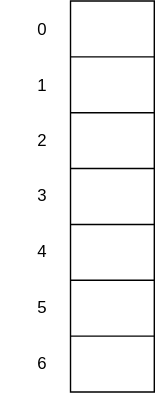
Before: hashing/documention/chaining.drawio.svg, a diagram exported from draw.io (ratanlalmourya/geeksforgeeks). Source tidied: cells renumbered, new cells last; positions are measured from the earlier drawing's top-left corner, leaving out a move shared by most shapes.
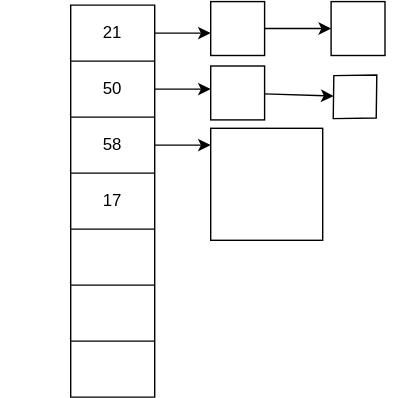
Above is the later version.

Diff of the diagram source:
```diff
@@ -8,25 +8,25 @@
     <mxCell id="3" style="shape=tableRow;horizontal=0;startSize=0;swimlaneHead=0;swimlaneBody=0;top=0;left=0;bottom=0;right=0;fillColor=none;points=[[0,0.5],[1,0.5]];portConstraint=eastwest;" parent="2" vertex="1">
       <mxGeometry width="60" height="40" as="geometry" />
     </mxCell>
-    <mxCell id="4" style="shape=partialRectangle;html=1;whiteSpace=wrap;fillColor=none;top=0;left=0;bottom=0;right=0;overflow=hidden;" parent="3" vertex="1">
+    <mxCell id="4" value="21" style="shape=partialRectangle;html=1;whiteSpace=wrap;fillColor=none;top=0;left=0;bottom=0;right=0;overflow=hidden;" parent="3" vertex="1">
       <mxGeometry width="60" height="40" as="geometry" />
     </mxCell>
     <mxCell id="5" style="shape=tableRow;horizontal=0;startSize=0;swimlaneHead=0;swimlaneBody=0;top=0;left=0;bottom=0;right=0;fillColor=none;points=[[0,0.5],[1,0.5]];portConstraint=eastwest;" parent="2" vertex="1">
       <mxGeometry y="40" width="60" height="40" as="geometry" />
     </mxCell>
-    <mxCell id="6" style="shape=partialRectangle;html=1;whiteSpace=wrap;fillColor=none;top=0;left=0;bottom=0;right=0;overflow=hidden;" parent="5" vertex="1">
+    <mxCell id="6" value="50" style="shape=partialRectangle;html=1;whiteSpace=wrap;fillColor=none;top=0;left=0;bottom=0;right=0;overflow=hidden;" parent="5" vertex="1">
       <mxGeometry width="60" height="40" as="geometry" />
     </mxCell>
     <mxCell id="7" style="shape=tableRow;horizontal=0;startSize=0;swimlaneHead=0;swimlaneBody=0;top=0;left=0;bottom=0;right=0;fillColor=none;points=[[0,0.5],[1,0.5]];portConstraint=eastwest;" parent="2" vertex="1">
       <mxGeometry y="80" width="60" height="40" as="geometry" />
     </mxCell>
-    <mxCell id="8" style="shape=partialRectangle;html=1;whiteSpace=wrap;fillColor=none;top=0;left=0;bottom=0;right=0;overflow=hidden;" parent="7" vertex="1">
+    <mxCell id="8" value="58" style="shape=partialRectangle;html=1;whiteSpace=wrap;fillColor=none;top=0;left=0;bottom=0;right=0;overflow=hidden;" parent="7" vertex="1">
       <mxGeometry width="60" height="40" as="geometry" />
     </mxCell>
     <mxCell id="9" style="shape=tableRow;horizontal=0;startSize=0;swimlaneHead=0;swimlaneBody=0;top=0;left=0;bottom=0;right=0;fillColor=none;" parent="2" vertex="1">
       <mxGeometry y="120" width="60" height="40" as="geometry" />
     </mxCell>
-    <mxCell id="10" style="shape=partialRectangle;html=1;whiteSpace=wrap;fillColor=none;top=0;left=0;bottom=0;right=0;overflow=hidden;" parent="9" vertex="1">
+    <mxCell id="10" value="17" style="shape=partialRectangle;html=1;whiteSpace=wrap;fillColor=none;top=0;left=0;bottom=0;right=0;overflow=hidden;" parent="9" vertex="1">
       <mxGeometry width="60" height="40" as="geometry" />
     </mxCell>
     <mxCell id="11" style="shape=tableRow;horizontal=0;startSize=0;swimlaneHead=0;swimlaneBody=0;top=0;left=0;bottom=0;right=0;fillColor=none;" parent="2" vertex="1">
@@ -47,26 +47,62 @@
     <mxCell id="16" style="shape=partialRectangle;html=1;whiteSpace=wrap;fillColor=none;top=0;left=0;bottom=0;right=0;overflow=hidden;" parent="15" vertex="1">
       <mxGeometry width="60" height="40" as="geometry" />
     </mxCell>
-    <mxCell id="17" value="0" style="text;html=1;strokeColor=none;fillColor=none;align=center;verticalAlign=middle;whiteSpace=wrap;rounded=0;" parent="1" vertex="1">
+    <mxCell id="17" value="0" style="text;html=1;strokeColor=none;fillColor=none;align=center;verticalAlign=middle;whiteSpace=wrap;rounded=0;fontColor=#FFFFFF;" parent="1" vertex="1">
       <mxGeometry y="6" width="60" height="30" as="geometry" />
     </mxCell>
-    <mxCell id="18" value="1" style="text;html=1;strokeColor=none;fillColor=none;align=center;verticalAlign=middle;whiteSpace=wrap;rounded=0;" parent="1" vertex="1">
+    <mxCell id="18" value="1" style="text;html=1;strokeColor=none;fillColor=none;align=center;verticalAlign=middle;whiteSpace=wrap;rounded=0;fontColor=#FFFFFF;" parent="1" vertex="1">
       <mxGeometry y="46" width="60" height="30" as="geometry" />
     </mxCell>
-    <mxCell id="19" value="2" style="text;html=1;strokeColor=none;fillColor=none;align=center;verticalAlign=middle;whiteSpace=wrap;rounded=0;" parent="1" vertex="1">
+    <mxCell id="19" value="2" style="text;html=1;strokeColor=none;fillColor=none;align=center;verticalAlign=middle;whiteSpace=wrap;rounded=0;fontColor=#FFFFFF;" parent="1" vertex="1">
       <mxGeometry y="85" width="60" height="30" as="geometry" />
     </mxCell>
-    <mxCell id="20" value="3" style="text;html=1;strokeColor=none;fillColor=none;align=center;verticalAlign=middle;whiteSpace=wrap;rounded=0;" parent="1" vertex="1">
+    <mxCell id="20" value="3" style="text;html=1;strokeColor=none;fillColor=none;align=center;verticalAlign=middle;whiteSpace=wrap;rounded=0;fontColor=#FFFFFF;" parent="1" vertex="1">
       <mxGeometry y="125" width="60" height="30" as="geometry" />
     </mxCell>
-    <mxCell id="21" value="4" style="text;html=1;strokeColor=none;fillColor=none;align=center;verticalAlign=middle;whiteSpace=wrap;rounded=0;" parent="1" vertex="1">
+    <mxCell id="21" value="4" style="text;html=1;strokeColor=none;fillColor=none;align=center;verticalAlign=middle;whiteSpace=wrap;rounded=0;fontColor=#FFFFFF;" parent="1" vertex="1">
       <mxGeometry y="165" width="60" height="30" as="geometry" />
     </mxCell>
-    <mxCell id="22" value="5" style="text;html=1;strokeColor=none;fillColor=none;align=center;verticalAlign=middle;whiteSpace=wrap;rounded=0;" parent="1" vertex="1">
+    <mxCell id="22" value="5" style="text;html=1;strokeColor=none;fillColor=none;align=center;verticalAlign=middle;whiteSpace=wrap;rounded=0;fontColor=#FFFFFF;" parent="1" vertex="1">
       <mxGeometry y="205" width="60" height="30" as="geometry" />
     </mxCell>
-    <mxCell id="23" value="6" style="text;html=1;strokeColor=none;fillColor=none;align=center;verticalAlign=middle;whiteSpace=wrap;rounded=0;" parent="1" vertex="1">
+    <mxCell id="23" value="6" style="text;html=1;strokeColor=none;fillColor=none;align=center;verticalAlign=middle;whiteSpace=wrap;rounded=0;fontColor=#FFFFFF;" parent="1" vertex="1">
       <mxGeometry y="245" width="60" height="30" as="geometry" />
     </mxCell>
+    <mxCell id="24" style="edgeStyle=none;html=1;exitX=1;exitY=0.5;exitDx=0;exitDy=0;fontColor=#FFFFFF;" parent="1" edge="1" source="5">
+      <mxGeometry relative="1" as="geometry">
+        <mxPoint x="150" y="60" as="targetPoint" />
+      </mxGeometry>
+    </mxCell>
+    <mxCell id="25" style="edgeStyle=none;html=1;fontColor=#FFFFFF;" parent="1" edge="1" source="26" target="31">
+      <mxGeometry relative="1" as="geometry" />
+    </mxCell>
+    <mxCell id="26" value="15" style="whiteSpace=wrap;html=1;strokeColor=default;fontColor=#FFFFFF;fillColor=none;" parent="1" vertex="1">
+      <mxGeometry x="150" y="43.5" width="38.5" height="38.5" as="geometry" />
+    </mxCell>
+    <mxCell id="27" style="edgeStyle=none;html=1;exitX=1;exitY=0.5;exitDx=0;exitDy=0;fontColor=#FFFFFF;" parent="1" edge="1" source="3">
+      <mxGeometry relative="1" as="geometry">
+        <mxPoint x="150" y="20" as="targetPoint" />
+      </mxGeometry>
+    </mxCell>
+    <mxCell id="28" style="edgeStyle=none;html=1;fontColor=#FFFFFF;" parent="1" edge="1" source="29" target="30">
+      <mxGeometry relative="1" as="geometry" />
+    </mxCell>
+    <mxCell id="29" value="49" style="whiteSpace=wrap;html=1;strokeColor=default;fontColor=#FFFFFF;fillColor=none;" parent="1" vertex="1">
+      <mxGeometry x="150" y="-2.5" width="38.5" height="38.5" as="geometry" />
+    </mxCell>
+    <mxCell id="30" value="56" style="whiteSpace=wrap;html=1;strokeColor=default;fontColor=#FFFFFF;fillColor=none;" parent="1" vertex="1">
+      <mxGeometry x="236" y="-2.5" width="38.5" height="38.5" as="geometry" />
+    </mxCell>
+    <mxCell id="31" value="22" style="rhombus;whiteSpace=wrap;html=1;fillColor=none;fontColor=#FFFFFF;strokeColor=default;rotation=45;" parent="1" vertex="1">
+      <mxGeometry x="231.7" y="43.5" width="42.8" height="44" as="geometry" />
+    </mxCell>
+    <mxCell id="32" style="edgeStyle=none;html=1;exitX=1;exitY=0.5;exitDx=0;exitDy=0;fontColor=#FFFFFF;" parent="1" edge="1" source="7">
+      <mxGeometry relative="1" as="geometry">
+        <mxPoint x="150" y="100" as="targetPoint" />
+      </mxGeometry>
+    </mxCell>
+    <mxCell id="33" style="whiteSpace=wrap;html=1;strokeColor=default;fontColor=#FFFFFF;fillColor=none;" parent="1" vertex="1">
+      <mxGeometry x="150" y="88" width="80" height="80" as="geometry" />
+    </mxCell>
   </root>
 </mxGraphModel>
```
